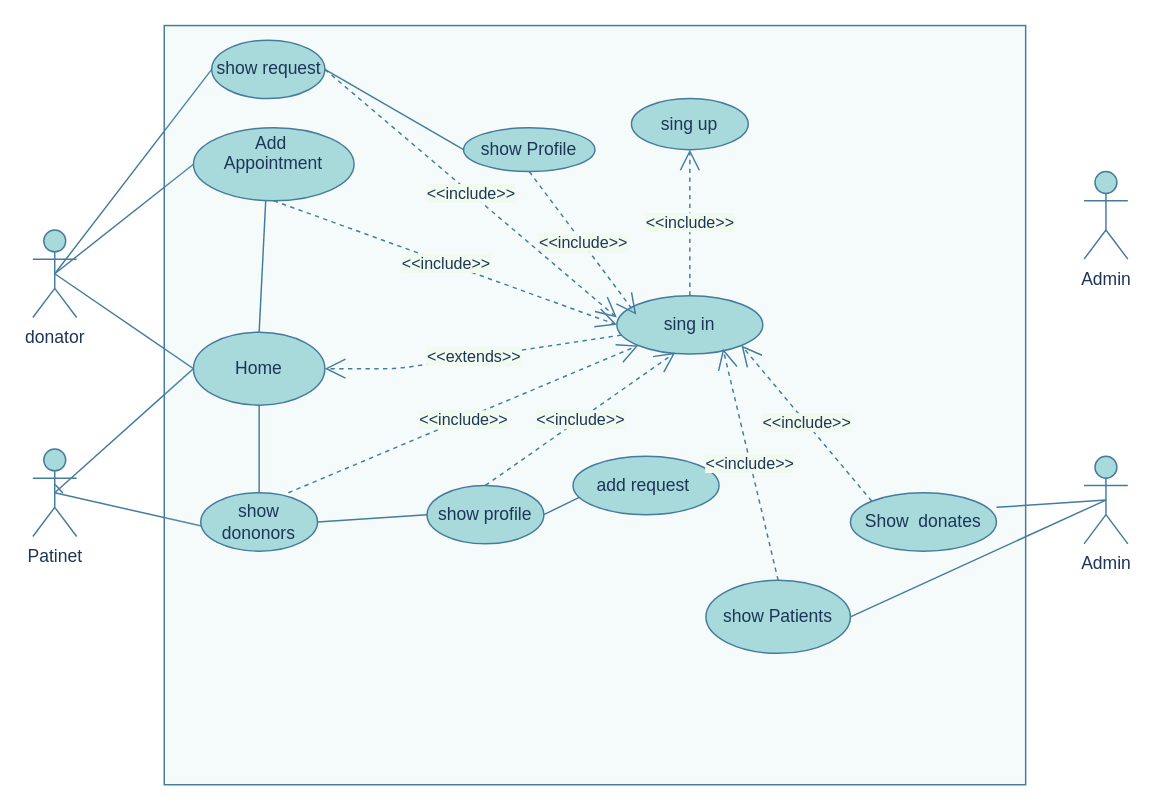
Elkafhi-Youssef/blood_donation keeps this draw.io diagram as usecase.drawio. Above is the earlier version. Source tidied: cells renumbered, new cells numbered last; positions are measured from the earlier drawing's top-left corner, leaving out a move shared by most shapes. Both pictures are drawn from the tidied source at 146%, with x=0, y=0 at pixel (32, 25).
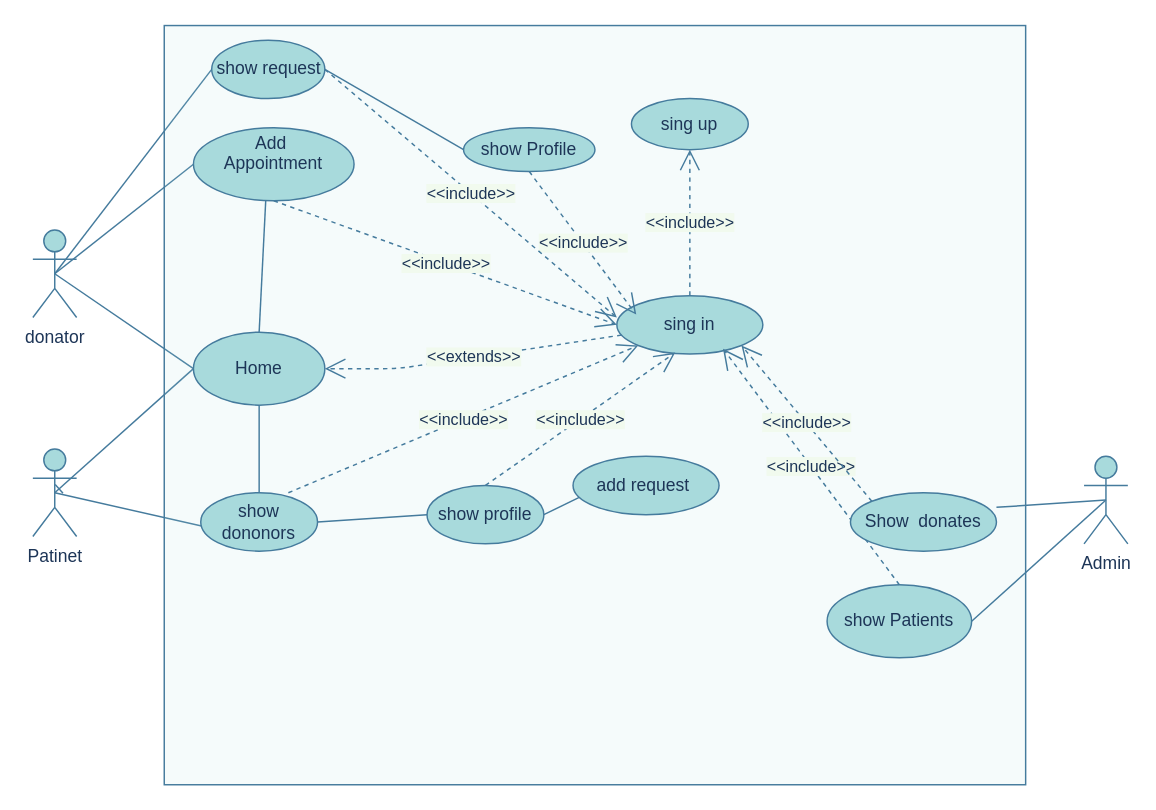
The same page after the edit.

Diff of the diagram source:
```diff
@@
     <mxCell id="34" value="show Patients" style="ellipse;whiteSpace=wrap;html=1;rounded=0;sketch=0;strokeColor=#457B9D;fillColor=#A8DADC;fontColor=#1D3557;" parent="1" vertex="1">
-      <mxGeometry x="461" y="380" width="99" height="50" as="geometry" />
+      <mxGeometry x="544" y="383" width="99" height="50" as="geometry" />
     </mxCell>
@@
-    <mxCell id="38" value="Admin" style="shape=umlActor;verticalLabelPosition=bottom;verticalAlign=top;html=1;rounded=0;sketch=0;strokeColor=#457B9D;fillColor=#A8DADC;fontColor=#1D3557;" parent="1" vertex="1">
-      <mxGeometry x="720" y="100" width="30" height="60" as="geometry" />
-    </mxCell>
```
